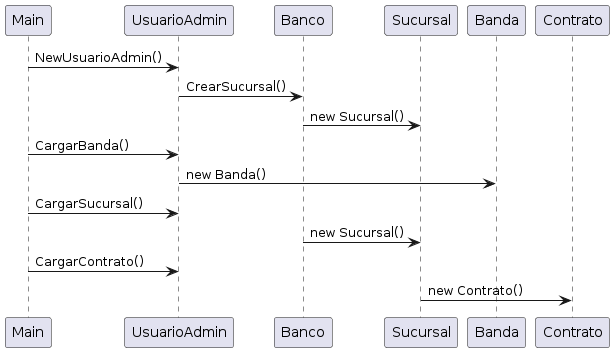
Before: Documentacion/DiagramaSecuencia casos grales.png, a diagram exported from PlantUML (IMettaINSPT/1ParcialP2). The source it was exported from:
```plantuml
@startuml
participant Main
participant UsuarioAdmin
participant Banco
participant Sucursal
participant Banda
Main -> UsuarioAdmin: NewUsuarioAdmin()
UsuarioAdmin->Banco: CrearSucursal()
Banco -> Sucursal : new Sucursal()
Main->UsuarioAdmin: CargarBanda()
UsuarioAdmin-> Banda : new Banda()
Main->UsuarioAdmin: CargarSucursal()
Banco-> Sucursal: new Sucursal()
Main-> UsuarioAdmin: CargarContrato()
Sucursal -> Contrato:  new Contrato()
@enduml
```
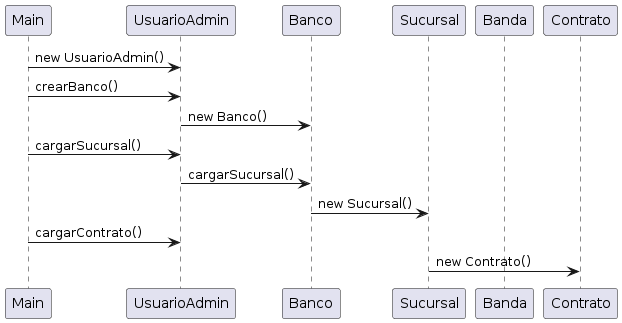
After the commit.

The edit, as a diff of the source:
```diff
@@ -4,13 +4,12 @@
 participant Banco
 participant Sucursal
 participant Banda
-Main -> UsuarioAdmin: NewUsuarioAdmin()
-UsuarioAdmin->Banco: CrearSucursal()
-Banco -> Sucursal : new Sucursal()
-Main->UsuarioAdmin: CargarBanda()
-UsuarioAdmin-> Banda : new Banda()
-Main->UsuarioAdmin: CargarSucursal()
+Main -> UsuarioAdmin: new UsuarioAdmin()
+Main->UsuarioAdmin: crearBanco()
+UsuarioAdmin->Banco:new Banco()
+Main->UsuarioAdmin: cargarSucursal()
+UsuarioAdmin->Banco: cargarSucursal()
 Banco-> Sucursal: new Sucursal()
-Main-> UsuarioAdmin: CargarContrato()
+Main-> UsuarioAdmin: cargarContrato()
 Sucursal -> Contrato:  new Contrato()
 @enduml
```
